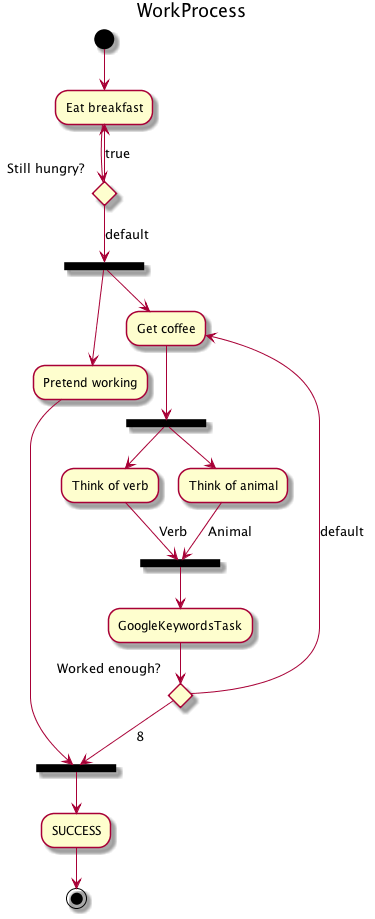
Earlier version of the PlantUML export Example/PlantUML/WorkProcess.png (ChaosCoder/Fluency). The source it was exported from:
```plantuml
@startuml
title WorkProcess
(*) --> "Eat breakfast" as 0x7fac11647c60
0x7fac11647c60 --> if "     Still hungry?" then
-->[true] "Eat breakfast" as 0x7fac11647c60
else
-->[default] ===0x7fac11648730===
===0x7fac11648730=== --> "Pretend working" as 0x7fac11647df0
0x7fac11647df0 --> ===0x7fac11648560===
--> "SUCCESS" as 0x7fac11648b80
0x7fac11648b80 --> (*)
===0x7fac11648730=== --> "Get coffee" as 0x7fac11647e90
0x7fac11647e90 --> ===0x7fac116487c0===
===0x7fac116487c0=== --> "Think of verb" as 0x7fac11647f30
0x7fac11647f30 --> [Verb] ===0x7fac11648070===
--> "GoogleKeywordsTask" as 0x7fac11648300
0x7fac11648300 --> if "Worked enough?" then
-->[8] ===0x7fac11648560===
else
-->[default] "Get coffee" as 0x7fac11647e90
endif
===0x7fac116487c0=== --> "Think of animal" as 0x7fac11647fd0
0x7fac11647fd0 --> [Animal] ===0x7fac11648070===
endif
@enduml
```
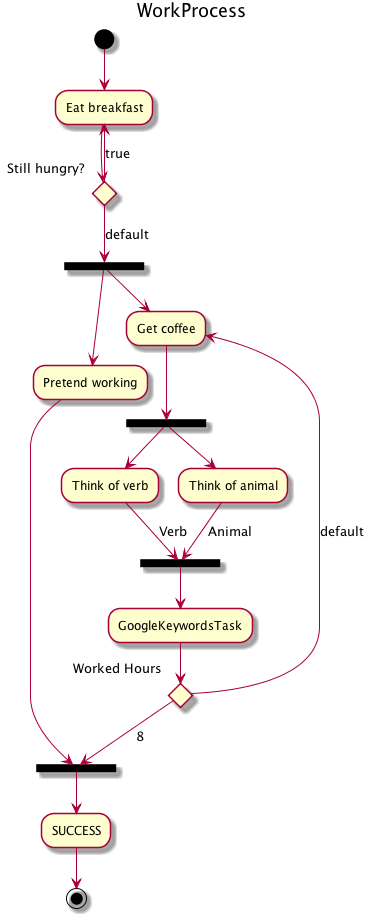
The same diagram one commit later.

Diff of the diagram source:
```diff
@@ -1,25 +1,25 @@
 @startuml
 title WorkProcess
-(*) --> "Eat breakfast" as 0x7fac11647c60
-0x7fac11647c60 --> if "     Still hungry?" then
--->[true] "Eat breakfast" as 0x7fac11647c60
+(*) --> "Eat breakfast" as 7fcaea3e2ef0
+7fcaea3e2ef0 --> if "     Still hungry?" then
+-->[true] "Eat breakfast" as 7fcaea3e2ef0
 else
--->[default] ===0x7fac11648730===
-===0x7fac11648730=== --> "Pretend working" as 0x7fac11647df0
-0x7fac11647df0 --> ===0x7fac11648560===
---> "SUCCESS" as 0x7fac11648b80
-0x7fac11648b80 --> (*)
-===0x7fac11648730=== --> "Get coffee" as 0x7fac11647e90
-0x7fac11647e90 --> ===0x7fac116487c0===
-===0x7fac116487c0=== --> "Think of verb" as 0x7fac11647f30
-0x7fac11647f30 --> [Verb] ===0x7fac11648070===
---> "GoogleKeywordsTask" as 0x7fac11648300
-0x7fac11648300 --> if "Worked enough?" then
--->[8] ===0x7fac11648560===
+-->[default] ===7fcaea3e4460===
+===7fcaea3e4460=== --> "Pretend working" as 7fcaea3e3080
+7fcaea3e3080 --> ===7fcaea3e41c0===
+--> "SUCCESS" as 7fcaea3e3790
+7fcaea3e3790 --> (*)
+===7fcaea3e4460=== --> "Get coffee" as 7fcaea3e3120
+7fcaea3e3120 --> ===7fcaea3e44f0===
+===7fcaea3e44f0=== --> "Think of verb" as 7fcaea3e31e0
+7fcaea3e31e0 --> [Verb] ===7fcaea3e3360===
+--> "GoogleKeywordsTask" as 7fcaea3e35d0
+7fcaea3e35d0 --> if "Worked Hours" then
+-->[8] ===7fcaea3e41c0===
 else
--->[default] "Get coffee" as 0x7fac11647e90
+-->[default] "Get coffee" as 7fcaea3e3120
 endif
-===0x7fac116487c0=== --> "Think of animal" as 0x7fac11647fd0
-0x7fac11647fd0 --> [Animal] ===0x7fac11648070===
+===7fcaea3e44f0=== --> "Think of animal" as 7fcaea3e32a0
+7fcaea3e32a0 --> [Animal] ===7fcaea3e3360===
 endif
 @enduml
```
